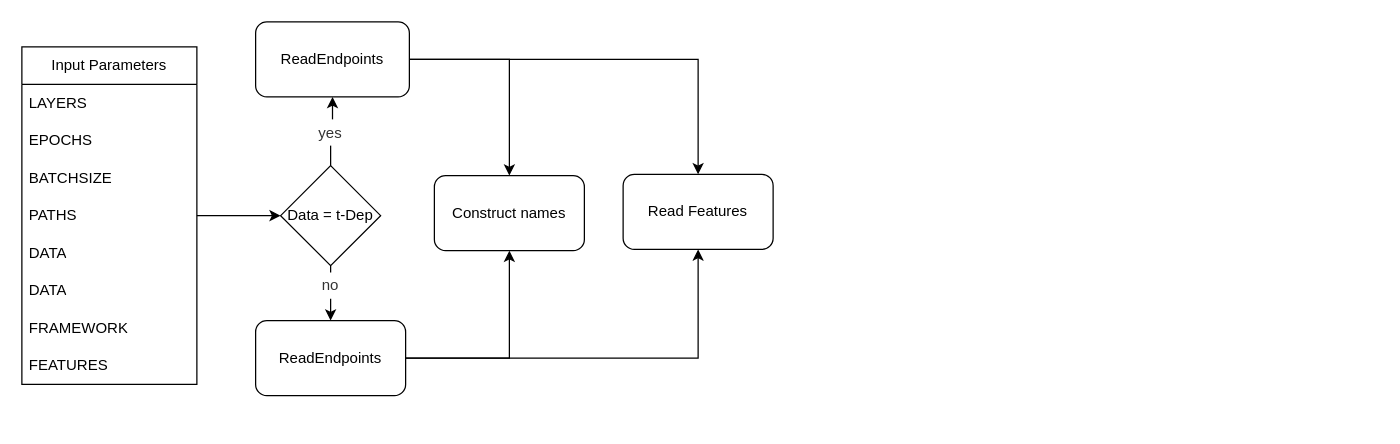
kay-squared/PyTorchLearn keeps this draw.io diagram as Unbenanntes Diagramm.drawio. Above is the earlier version. Source tidied: cells renumbered, new cells numbered last; positions are measured from the earlier drawing's top-left corner, leaving out a move shared by most shapes. Both pictures are drawn from the tidied source at 125%, with x=0, y=0 at pixel (21, 21).
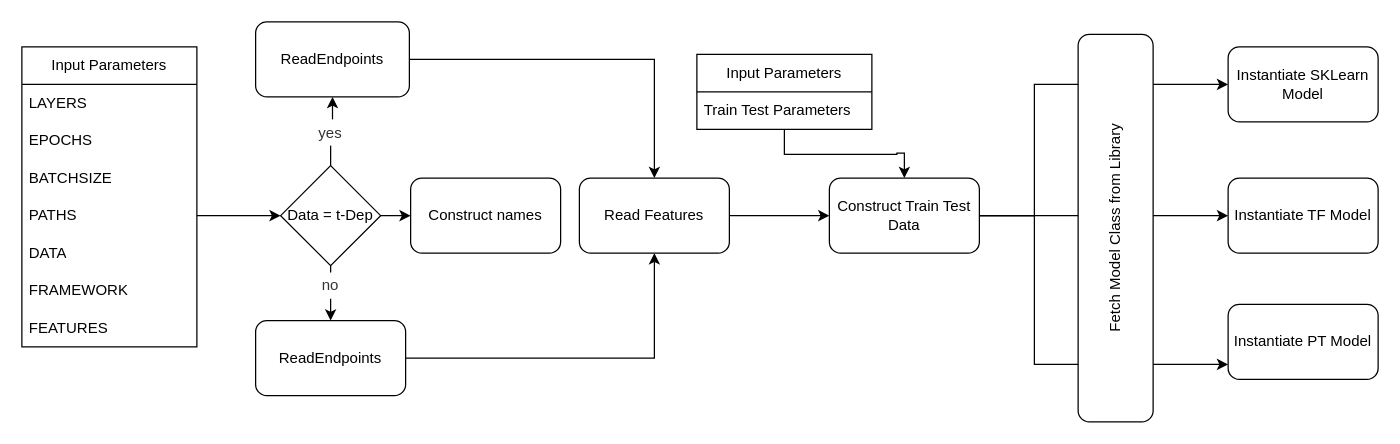
The same page after the edit.

Unchanged cells that the change refers to:
```xml
<mxCell id="13" value="Data = t-Dep" style="rhombus;whiteSpace=wrap;html=1;fontStyle=0;startSize=30;" parent="1" vertex="1">
  <mxGeometry x="207" y="115" width="80" height="80" as="geometry" />
</mxCell>
<mxCell id="15" value="ReadEndpoints" style="whiteSpace=wrap;html=1;rounded=1;glass=0;strokeWidth=1;shadow=0;" parent="1" vertex="1">
  <mxGeometry x="187" y="239" width="120" height="60" as="geometry" />
</mxCell>
<mxCell id="18" value="ReadEndpoints" style="whiteSpace=wrap;html=1;rounded=1;glass=0;strokeWidth=1;shadow=0;" parent="1" vertex="1">
  <mxGeometry x="187" width="123" height="60" as="geometry" />
</mxCell>
```

Diff of the diagram source:
```diff
@@
     <mxCell id="2" value="Input Parameters" style="swimlane;fontStyle=0;horizontal=1;startSize=30;whiteSpace=wrap;html=1;" parent="1" vertex="1">
-      <mxGeometry y="20" width="140" height="270" as="geometry" />
+      <mxGeometry y="20" width="140" height="240" as="geometry" />
     </mxCell>
@@
-    <mxCell id="8" value="DATA" style="text;strokeColor=none;fillColor=none;align=left;verticalAlign=middle;spacingLeft=4;spacingRight=4;overflow=hidden;whiteSpace=wrap;html=1;" parent="2" vertex="1">
-      <mxGeometry y="180" width="140" height="30" as="geometry" />
-    </mxCell>
     <mxCell id="9" value="FRAMEWORK" style="text;strokeColor=none;fillColor=none;align=left;verticalAlign=middle;spacingLeft=4;spacingRight=4;overflow=hidden;whiteSpace=wrap;html=1;" parent="2" vertex="1">
-      <mxGeometry y="210" width="140" height="30" as="geometry" />
+      <mxGeometry y="180" width="140" height="30" as="geometry" />
     </mxCell>
     <mxCell id="10" value="FEATURES" style="text;strokeColor=none;fillColor=none;align=left;verticalAlign=middle;spacingLeft=4;spacingRight=4;overflow=hidden;whiteSpace=wrap;html=1;" parent="2" vertex="1">
-      <mxGeometry y="240" width="140" height="30" as="geometry" />
+      <mxGeometry y="210" width="140" height="30" as="geometry" />
     </mxCell>
@@
+    <mxCell id="25" style="edgeStyle=orthogonalEdgeStyle;rounded=0;jettySize=auto;html=1;" parent="1" edge="1" source="13" target="22">
+      <mxGeometry relative="1" as="geometry" />
+    </mxCell>
@@
+    <mxCell id="26" style="edgeStyle=orthogonalEdgeStyle;rounded=0;jettySize=auto;html=1;" parent="1" edge="1" source="19" target="28">
+      <mxGeometry relative="1" as="geometry" />
+    </mxCell>
     <mxCell id="19" value="Read Features" style="whiteSpace=wrap;html=1;rounded=1;glass=0;strokeWidth=1;shadow=0;" parent="1" vertex="1">
-      <mxGeometry x="481" y="122" width="120" height="60" as="geometry" />
+      <mxGeometry x="446" y="125" width="120" height="60" as="geometry" />
     </mxCell>
@@
     <mxCell id="22" value="Construct names" style="whiteSpace=wrap;html=1;rounded=1;glass=0;strokeWidth=1;shadow=0;" parent="1" vertex="1">
-      <mxGeometry x="330" y="123" width="120" height="60" as="geometry" />
+      <mxGeometry x="311" y="125" width="120" height="60" as="geometry" />
     </mxCell>
-    <mxCell id="23" style="edgeStyle=orthogonalEdgeStyle;rounded=0;jettySize=auto;html=1;entryX=0.5;entryY=0;entryDx=0;entryDy=0;exitX=1;exitY=0.5;exitDx=0;exitDy=0;" parent="1" edge="1" source="18" target="22">
-      <mxGeometry relative="1" as="geometry" />
-    </mxCell>
-    <mxCell id="24" style="edgeStyle=orthogonalEdgeStyle;rounded=0;jettySize=auto;html=1;entryX=0.5;entryY=1;entryDx=0;entryDy=0;exitX=1;exitY=0.5;exitDx=0;exitDy=0;" parent="1" edge="1" source="15" target="22">
-      <mxGeometry relative="1" as="geometry" />
-    </mxCell>
+    <mxCell id="27" style="edgeStyle=orthogonalEdgeStyle;rounded=0;jettySize=auto;html=1;entryX=0;entryY=0.5;entryDx=0;entryDy=0;" parent="1" edge="1" source="28" target="32">
+      <mxGeometry relative="1" as="geometry">
+        <Array as="points">
+          <mxPoint x="810" y="155" />
+          <mxPoint x="810" y="50" />
+        </Array>
+      </mxGeometry>
+    </mxCell>
+    <mxCell id="28" value="Construct Train Test Data" style="whiteSpace=wrap;html=1;rounded=1;glass=0;strokeWidth=1;shadow=0;" parent="1" vertex="1">
+      <mxGeometry x="646" y="125" width="120" height="60" as="geometry" />
+    </mxCell>
+    <mxCell id="29" style="edgeStyle=orthogonalEdgeStyle;rounded=0;jettySize=auto;html=1;" parent="1" edge="1" source="30" target="28">
+      <mxGeometry relative="1" as="geometry" />
+    </mxCell>
+    <mxCell id="30" value="Input Parameters" style="swimlane;fontStyle=0;horizontal=1;startSize=30;whiteSpace=wrap;html=1;" parent="1" vertex="1">
+      <mxGeometry x="540" y="26" width="140" height="60" as="geometry" />
+    </mxCell>
+    <mxCell id="31" value="Train Test Parameters" style="text;strokeColor=none;fillColor=none;align=left;verticalAlign=middle;spacingLeft=4;spacingRight=4;overflow=hidden;whiteSpace=wrap;html=1;" parent="30" vertex="1">
+      <mxGeometry y="30" width="140" height="30" as="geometry" />
+    </mxCell>
+    <mxCell id="32" value="Instantiate SKLearn Model" style="whiteSpace=wrap;html=1;rounded=1;glass=0;strokeWidth=1;shadow=0;" parent="1" vertex="1">
+      <mxGeometry x="965" y="20" width="120" height="60" as="geometry" />
+    </mxCell>
+    <mxCell id="33" value="Instantiate TF Model" style="whiteSpace=wrap;html=1;rounded=1;glass=0;strokeWidth=1;shadow=0;" parent="1" vertex="1">
+      <mxGeometry x="965" y="125" width="120" height="60" as="geometry" />
+    </mxCell>
+    <mxCell id="34" value="Instantiate PT Model" style="whiteSpace=wrap;html=1;rounded=1;glass=0;strokeWidth=1;shadow=0;" parent="1" vertex="1">
+      <mxGeometry x="965" y="226" width="120" height="60" as="geometry" />
+    </mxCell>
+    <mxCell id="35" style="edgeStyle=orthogonalEdgeStyle;rounded=0;jettySize=auto;html=1;exitX=1;exitY=0.5;exitDx=0;exitDy=0;entryX=0;entryY=0.5;entryDx=0;entryDy=0;" parent="1" edge="1" source="28" target="33">
+      <mxGeometry relative="1" as="geometry" />
+    </mxCell>
+    <mxCell id="36" style="edgeStyle=orthogonalEdgeStyle;rounded=0;jettySize=auto;html=1;exitX=1;exitY=0.5;exitDx=0;exitDy=0;entryX=0;entryY=0.5;entryDx=0;entryDy=0;" parent="1" edge="1" source="28">
+      <mxGeometry relative="1" as="geometry">
+        <mxPoint x="965" y="274" as="targetPoint" />
+        <Array as="points">
+          <mxPoint x="810" y="155" />
+          <mxPoint x="810" y="274" />
+        </Array>
+      </mxGeometry>
+    </mxCell>
+    <mxCell id="37" value="Fetch Model Class from Library" style="rounded=1;whiteSpace=wrap;html=1;shadow=0;fillColor=#FFFFFF;rotation=-90;" parent="1" vertex="1">
+      <mxGeometry x="720" y="135" width="310" height="60" as="geometry" />
+    </mxCell>
```
